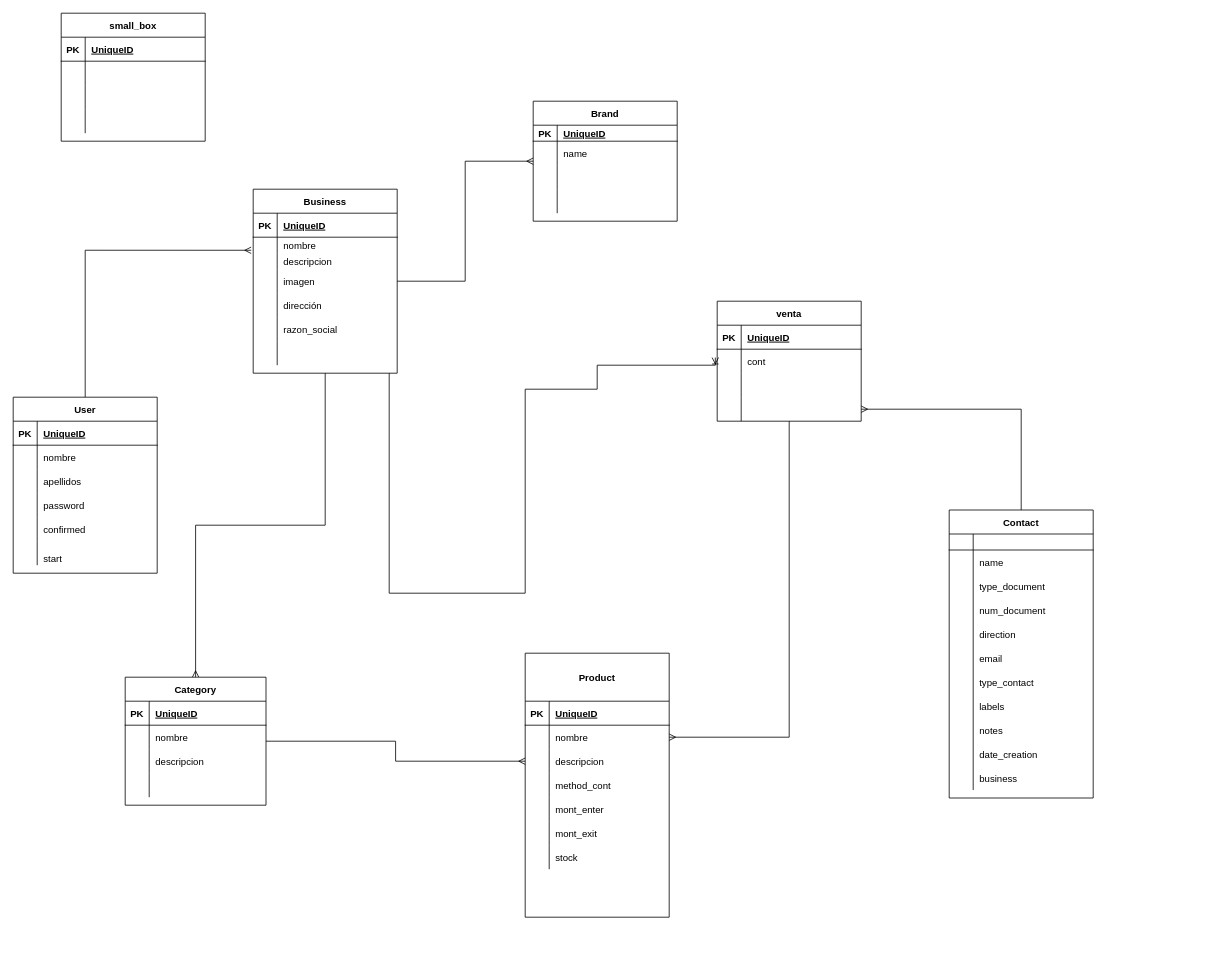
chickenLeobar/storeapp keeps this draw.io diagram as page "bd_store_helper" (1 of 4) of resources/bd.drawio. Above is the earlier version. Source tidied: cells renumbered, new cells numbered last; positions are measured from the earlier drawing's top-left corner, leaving out a move shared by most shapes. Both pictures are drawn from the tidied source at 80%, with x=0, y=0 at pixel (13, 13).
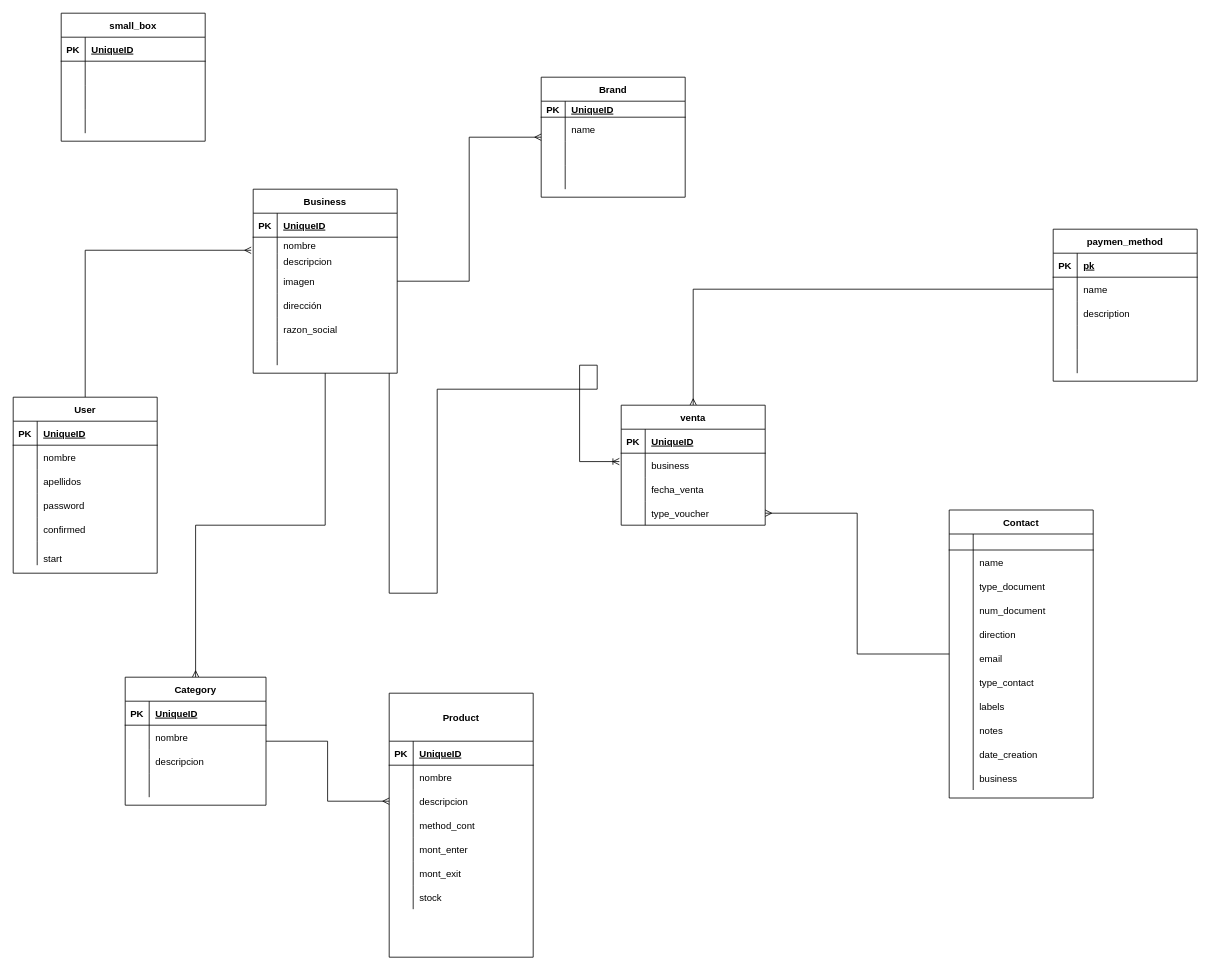
The same page after the edit.

The change refers to these unchanged cells:
```xml
<mxCell id="25" value="Business" style="shape=table;startSize=30;childLayout=tableLayout;rowLines=0;fontStyle=1;align=center;" parent="1" vertex="1">
  <mxGeometry x="300" y="220" width="180" height="230" as="geometry" />
</mxCell>
<mxCell id="51" style="shape=partialRectangle;fillColor=none;top=0;left=0;bottom=0;right=0;points=[[0,0.5],[1,0.5]];portConstraint=eastwest;" parent="47" vertex="1">
  <mxGeometry y="90" width="180" height="30" as="geometry" />
</mxCell>
<mxCell id="88" style="shape=partialRectangle;fillColor=none;top=0;left=0;bottom=0;right=0;points=[[0,0.5],[1,0.5]];portConstraint=eastwest;" parent="84" vertex="1">
  <mxGeometry y="60" width="180" height="30" as="geometry" />
</mxCell>
<mxCell id="91" style="shape=partialRectangle;fillColor=none;top=0;left=0;bottom=0;right=0;" parent="84" vertex="1">
  <mxGeometry y="90" width="180" height="30" as="geometry" />
</mxCell>
<mxCell id="94" style="shape=partialRectangle;fillColor=none;top=0;left=0;bottom=0;right=0;points=[[0,0.5],[1,0.5]];portConstraint=eastwest;" parent="84" vertex="1">
  <mxGeometry y="120" width="180" height="30" as="geometry" />
</mxCell>
```

Change to the diagram source:
```diff
@@
     <mxCell id="24" style="edgeStyle=orthogonalEdgeStyle;rounded=0;jettySize=auto;html=1;endArrow=ERoneToMany;endFill=0;entryX=-0.013;entryY=0.349;entryDx=0;entryDy=0;entryPerimeter=0;" parent="1" edge="1" source="25" target="88">
       <mxGeometry relative="1" as="geometry">
         <Array as="points">
           <mxPoint x="470" y="725" />
-          <mxPoint x="640" y="725" />
-          <mxPoint x="640" y="470" />
+          <mxPoint x="530" y="725" />
+          <mxPoint x="530" y="470" />
           <mxPoint x="730" y="470" />
           <mxPoint x="730" y="440" />
+          <mxPoint x="708" y="440" />
         </Array>
       </mxGeometry>
     </mxCell>
@@
     <mxCell id="47" value="Product" style="shape=table;startSize=60;childLayout=tableLayout;rowLines=0;fontStyle=1;align=center;" parent="1" vertex="1">
-      <mxGeometry x="640" y="800" width="180" height="330" as="geometry" />
+      <mxGeometry x="470" y="850" width="180" height="330" as="geometry" />
     </mxCell>
@@
-    <mxCell id="83" style="edgeStyle=orthogonalEdgeStyle;rounded=0;jettySize=auto;html=1;endArrow=ERmany;endFill=0;" parent="1" edge="1" source="84" target="51">
-      <mxGeometry relative="1" as="geometry" />
-    </mxCell>
+    <mxCell id="158" style="edgeStyle=orthogonalEdgeStyle;rounded=0;jettySize=auto;html=1;entryX=0;entryY=0.5;entryDx=0;entryDy=0;endArrow=none;endFill=0;startArrow=ERmany;startFill=0;" parent="1" edge="1" source="84" target="163">
+      <mxGeometry relative="1" as="geometry" />
+    </mxCell>
     <mxCell id="84" value="venta" style="shape=table;startSize=30;childLayout=tableLayout;rowLines=0;fontStyle=1;align=center;" parent="1" vertex="1">
-      <mxGeometry x="880" y="360" width="180" height="150" as="geometry" />
+      <mxGeometry x="760" y="490" width="180" height="150" as="geometry" />
     </mxCell>
@@
-    <mxCell id="90" value="cont" style="shape=partialRectangle;fillColor=none;top=0;left=0;bottom=0;right=0;align=left;spacingLeft=6;overflow=hidden;" parent="88" vertex="1">
+    <mxCell id="90" value="business" style="shape=partialRectangle;fillColor=none;top=0;left=0;bottom=0;right=0;align=left;spacingLeft=6;overflow=hidden;" parent="88" vertex="1">
       <mxGeometry x="30" width="150" height="30" as="geometry" />
     </mxCell>
@@
-    <mxCell id="93" style="shape=partialRectangle;fillColor=none;top=0;left=0;bottom=0;right=0;align=left;spacingLeft=6;overflow=hidden;" parent="91" vertex="1">
+    <mxCell id="93" value="fecha_venta" style="shape=partialRectangle;fillColor=none;top=0;left=0;bottom=0;right=0;align=left;spacingLeft=6;overflow=hidden;" parent="91" vertex="1">
       <mxGeometry x="30" width="150" height="30" as="geometry" />
     </mxCell>
@@
-    <mxCell id="96" style="shape=partialRectangle;fillColor=none;top=0;left=0;bottom=0;right=0;align=left;spacingLeft=6;overflow=hidden;" parent="94" vertex="1">
+    <mxCell id="96" value="type_voucher" style="shape=partialRectangle;fillColor=none;top=0;left=0;bottom=0;right=0;align=left;spacingLeft=6;overflow=hidden;" parent="94" vertex="1">
       <mxGeometry x="30" width="150" height="30" as="geometry" />
     </mxCell>
     <mxCell id="97" value="Brand" style="shape=table;startSize=30;childLayout=tableLayout;rowLines=0;fontStyle=1;align=center;" parent="1" vertex="1">
-      <mxGeometry x="650" y="110" width="180" height="150" as="geometry" />
+      <mxGeometry x="660" y="80" width="180" height="150" as="geometry" />
     </mxCell>
@@
+    <mxCell id="159" value="paymen_method" style="shape=table;startSize=30;childLayout=tableLayout;rowLines=0;fontStyle=1;align=center;" parent="1" vertex="1">
+      <mxGeometry x="1300" y="270" width="180" height="190" as="geometry" />
+    </mxCell>
+    <mxCell id="160" style="shape=partialRectangle;fillColor=none;top=0;left=0;bottom=1;right=0;" parent="159" vertex="1">
+      <mxGeometry y="30" width="180" height="30" as="geometry" />
+    </mxCell>
+    <mxCell id="161" value="PK" style="shape=partialRectangle;fillColor=none;top=0;left=0;bottom=0;right=0;fontStyle=1;overflow=hidden;" parent="160" vertex="1">
+      <mxGeometry width="30" height="30" as="geometry" />
+    </mxCell>
+    <mxCell id="162" value="pk" style="shape=partialRectangle;fillColor=none;top=0;left=0;bottom=0;right=0;align=left;spacingLeft=6;fontStyle=5;overflow=hidden;" parent="160" vertex="1">
+      <mxGeometry x="30" width="150" height="30" as="geometry" />
+    </mxCell>
+    <mxCell id="163" style="shape=partialRectangle;fillColor=none;top=0;left=0;bottom=0;right=0;points=[[0,0.5],[1,0.5]];portConstraint=eastwest;" parent="159" vertex="1">
+      <mxGeometry y="60" width="180" height="30" as="geometry" />
+    </mxCell>
+    <mxCell id="164" style="shape=partialRectangle;fillColor=none;top=0;left=0;bottom=0;right=0;overflow=hidden;" parent="163" vertex="1">
+      <mxGeometry width="30" height="30" as="geometry" />
+    </mxCell>
+    <mxCell id="165" value="name" style="shape=partialRectangle;fillColor=none;top=0;left=0;bottom=0;right=0;align=left;spacingLeft=6;overflow=hidden;" parent="163" vertex="1">
+      <mxGeometry x="30" width="150" height="30" as="geometry" />
+    </mxCell>
+    <mxCell id="166" style="shape=partialRectangle;fillColor=none;top=0;left=0;bottom=0;right=0;" parent="159" vertex="1">
+      <mxGeometry y="90" width="180" height="30" as="geometry" />
+    </mxCell>
+    <mxCell id="167" style="shape=partialRectangle;fillColor=none;top=0;left=0;bottom=0;right=0;overflow=hidden;" parent="166" vertex="1">
+      <mxGeometry width="30" height="30" as="geometry" />
+    </mxCell>
+    <mxCell id="168" value="description" style="shape=partialRectangle;fillColor=none;top=0;left=0;bottom=0;right=0;align=left;spacingLeft=6;overflow=hidden;" parent="166" vertex="1">
+      <mxGeometry x="30" width="150" height="30" as="geometry" />
+    </mxCell>
+    <mxCell id="169" style="shape=partialRectangle;fillColor=none;top=0;left=0;bottom=0;right=0;" parent="159" vertex="1">
+      <mxGeometry y="120" width="180" height="30" as="geometry" />
+    </mxCell>
+    <mxCell id="170" style="shape=partialRectangle;fillColor=none;top=0;left=0;bottom=0;right=0;overflow=hidden;" parent="169" vertex="1">
+      <mxGeometry width="30" height="30" as="geometry" />
+    </mxCell>
+    <mxCell id="171" style="shape=partialRectangle;fillColor=none;top=0;left=0;bottom=0;right=0;align=left;spacingLeft=6;overflow=hidden;" parent="169" vertex="1">
+      <mxGeometry x="30" width="150" height="30" as="geometry" />
+    </mxCell>
+    <mxCell id="172" style="shape=partialRectangle;fillColor=none;top=0;left=0;bottom=0;right=0;" parent="159" vertex="1">
+      <mxGeometry y="150" width="180" height="30" as="geometry" />
+    </mxCell>
+    <mxCell id="173" style="shape=partialRectangle;fillColor=none;top=0;left=0;bottom=0;right=0;overflow=hidden;" parent="172" vertex="1">
+      <mxGeometry width="30" height="30" as="geometry" />
+    </mxCell>
+    <mxCell id="174" style="shape=partialRectangle;fillColor=none;top=0;left=0;bottom=0;right=0;align=left;spacingLeft=6;overflow=hidden;" parent="172" vertex="1">
+      <mxGeometry x="30" width="150" height="30" as="geometry" />
+    </mxCell>
```
